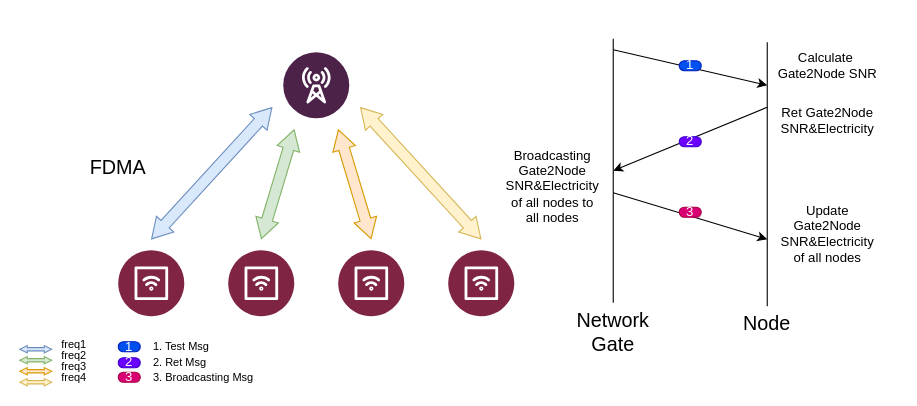
Above: broadcasting.drawio in Atlanties/iodraw-files (draw.io), before the change. Source tidied: cells renumbered, new cells numbered last; positions are measured from the earlier drawing's top-left corner, leaving out a move shared by most shapes. Both pictures are drawn from the tidied source at 110%, with x=0, y=0 at pixel (19, 38).
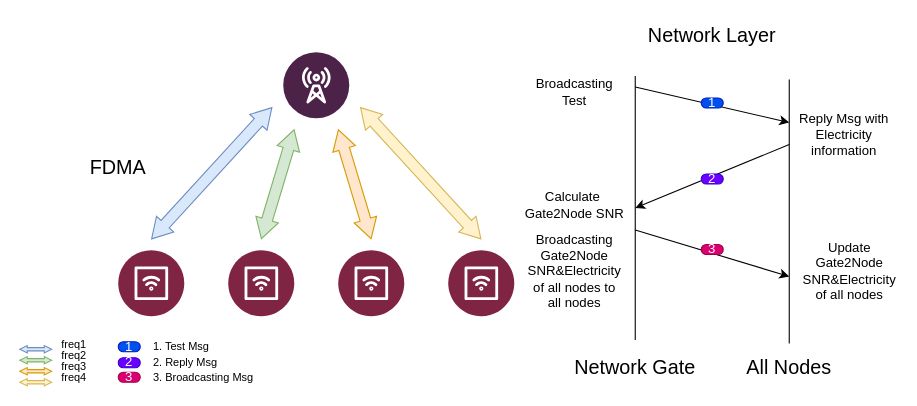
The same page after the edit.

What changed in the source:
```diff
@@
-    <mxCell id="23" value="&lt;span style=&quot;font-size: 10px;&quot;&gt;2. Ret Msg&lt;/span&gt;" style="text;html=1;align=left;verticalAlign=middle;whiteSpace=wrap;rounded=0;" parent="1" vertex="1">
-      <mxGeometry x="120" y="288.8" width="60" height="10" as="geometry" />
+    <mxCell id="23" value="&lt;span style=&quot;font-size: 10px;&quot;&gt;2. Reply Msg&lt;/span&gt;" style="text;html=1;align=left;verticalAlign=middle;whiteSpace=wrap;rounded=0;" parent="1" vertex="1">
+      <mxGeometry x="120" y="288.8" width="70" height="10" as="geometry" />
     </mxCell>
@@
-    <mxCell id="26" value="&lt;span style=&quot;font-size: 18px;&quot;&gt;Network&lt;/span&gt;&lt;div&gt;&lt;span style=&quot;font-size: 18px;&quot;&gt;Gate&lt;/span&gt;&lt;/div&gt;" style="text;html=1;align=center;verticalAlign=middle;whiteSpace=wrap;rounded=0;" parent="1" vertex="1">
-      <mxGeometry x="510" y="252" width="60" height="30" as="geometry" />
+    <mxCell id="26" value="&lt;span style=&quot;font-size: 18px;&quot;&gt;Network&amp;nbsp;&lt;/span&gt;&lt;span style=&quot;font-size: 18px; background-color: transparent; color: light-dark(rgb(0, 0, 0), rgb(255, 255, 255));&quot;&gt;Gate&lt;/span&gt;" style="text;html=1;align=center;verticalAlign=middle;whiteSpace=wrap;rounded=0;" parent="1" vertex="1">
+      <mxGeometry x="500" y="284.3" width="120" height="30" as="geometry" />
     </mxCell>
-    <mxCell id="27" value="&lt;span style=&quot;font-size: 18px;&quot;&gt;Node&lt;/span&gt;" style="text;html=1;align=center;verticalAlign=middle;whiteSpace=wrap;rounded=0;" parent="1" vertex="1">
-      <mxGeometry x="650" y="244.3" width="60" height="30" as="geometry" />
+    <mxCell id="27" value="&lt;div&gt;&lt;span style=&quot;font-size: 18px;&quot;&gt;All&amp;nbsp;&lt;/span&gt;&lt;span style=&quot;font-size: 18px; background-color: transparent; color: light-dark(rgb(0, 0, 0), rgb(255, 255, 255));&quot;&gt;Nodes&lt;/span&gt;&lt;/div&gt;" style="text;html=1;align=center;verticalAlign=middle;whiteSpace=wrap;rounded=0;" parent="1" vertex="1">
+      <mxGeometry x="650" y="284.3" width="100" height="30" as="geometry" />
     </mxCell>
     <mxCell id="28" style="endArrow=classic;html=1;rounded=0;" parent="1" edge="1">
       <mxGeometry relative="1" as="geometry">
-        <mxPoint x="540" y="9.7" as="sourcePoint" />
-        <mxPoint x="680" y="42" as="targetPoint" />
+        <mxPoint x="560" y="43.6" as="sourcePoint" />
+        <mxPoint x="700" y="75.9" as="targetPoint" />
       </mxGeometry>
     </mxCell>
     <mxCell id="29" style="endArrow=classic;html=1;rounded=0;" parent="1" edge="1">
       <mxGeometry relative="1" as="geometry">
-        <mxPoint x="680" y="62" as="sourcePoint" />
-        <mxPoint x="540" y="119.7" as="targetPoint" />
+        <mxPoint x="700" y="95.9" as="sourcePoint" />
+        <mxPoint x="560" y="153.6" as="targetPoint" />
       </mxGeometry>
     </mxCell>
     <mxCell id="30" style="endArrow=none;html=1;rounded=0;" parent="1" edge="1">
       <mxGeometry relative="1" as="geometry">
-        <mxPoint x="540" y="239.7" as="sourcePoint" />
-        <mxPoint x="540" y="-0.3" as="targetPoint" />
+        <mxPoint x="560" y="273.6" as="sourcePoint" />
+        <mxPoint x="560" y="33.6" as="targetPoint" />
       </mxGeometry>
     </mxCell>
     <mxCell id="31" style="endArrow=none;html=1;rounded=0;" parent="1" edge="1">
       <mxGeometry relative="1" as="geometry">
-        <mxPoint x="680" y="242.9" as="sourcePoint" />
-        <mxPoint x="680" y="2.9" as="targetPoint" />
+        <mxPoint x="700" y="276.8" as="sourcePoint" />
+        <mxPoint x="700" y="36.8" as="targetPoint" />
         <Array as="points">
-          <mxPoint x="680" y="125.2" />
+          <mxPoint x="700" y="159.1" />
         </Array>
       </mxGeometry>
     </mxCell>
     <mxCell id="32" value="1" style="html=1;dashed=0;whiteSpace=wrap;shape=mxgraph.dfd.start;fillColor=#0050ef;strokeColor=#001DBC;fontColor=#ffffff;" parent="1" vertex="1">
-      <mxGeometry x="600" y="19.7" width="20" height="9.1" as="geometry" />
+      <mxGeometry x="620" y="53.6" width="20" height="9.1" as="geometry" />
     </mxCell>
     <mxCell id="33" value="2" style="html=1;dashed=0;whiteSpace=wrap;shape=mxgraph.dfd.start;fillColor=#6a00ff;strokeColor=#3700CC;fontColor=#ffffff;" parent="1" vertex="1">
-      <mxGeometry x="600" y="88.8" width="20" height="9.1" as="geometry" />
+      <mxGeometry x="620" y="122.7" width="20" height="9.1" as="geometry" />
     </mxCell>
     <mxCell id="34" style="endArrow=classic;html=1;rounded=0;" parent="1" edge="1">
       <mxGeometry relative="1" as="geometry">
-        <mxPoint x="540" y="139.7" as="sourcePoint" />
-        <mxPoint x="680" y="182" as="targetPoint" />
+        <mxPoint x="560" y="173.6" as="sourcePoint" />
+        <mxPoint x="700" y="215.9" as="targetPoint" />
       </mxGeometry>
     </mxCell>
     <mxCell id="35" value="3" style="html=1;dashed=0;whiteSpace=wrap;shape=mxgraph.dfd.start;fillColor=#d80073;strokeColor=#A50040;fontColor=#ffffff;" parent="1" vertex="1">
-      <mxGeometry x="600" y="152.9" width="20" height="9.1" as="geometry" />
+      <mxGeometry x="620" y="186.8" width="20" height="9.1" as="geometry" />
     </mxCell>
     <mxCell id="36" value="&lt;span&gt;Calculate&amp;nbsp;&lt;/span&gt;&lt;div&gt;&lt;span&gt;Gate2Node&amp;nbsp;&lt;/span&gt;&lt;span style=&quot;background-color: transparent; color: light-dark(rgb(0, 0, 0), rgb(255, 255, 255));&quot;&gt;SNR&lt;/span&gt;&lt;/div&gt;" style="text;html=1;align=center;verticalAlign=middle;whiteSpace=wrap;rounded=0;fontSize=12;" parent="1" vertex="1">
-      <mxGeometry x="690" y="9.3" width="90" height="30" as="geometry" />
+      <mxGeometry x="460" y="135.9" width="90" height="30" as="geometry" />
     </mxCell>
-    <mxCell id="37" value="&lt;span&gt;Ret Gate2Node&lt;/span&gt;&lt;div&gt;&lt;span&gt;SNR&amp;amp;Electricity&lt;/span&gt;&lt;/div&gt;" style="text;html=1;align=center;verticalAlign=middle;whiteSpace=wrap;rounded=0;fontSize=12;" parent="1" vertex="1">
-      <mxGeometry x="690" y="58.8" width="90" height="30" as="geometry" />
+    <mxCell id="37" value="Reply Msg with&lt;div&gt;Electricity information&lt;/div&gt;" style="text;html=1;align=center;verticalAlign=middle;whiteSpace=wrap;rounded=0;fontSize=12;" parent="1" vertex="1">
+      <mxGeometry x="700" y="72" width="100" height="30" as="geometry" />
     </mxCell>
     <mxCell id="38" value="&lt;span&gt;Broadcasting Gate2Node&lt;/span&gt;&lt;div&gt;&lt;span&gt;SNR&amp;amp;Electricity&lt;/span&gt;&lt;/div&gt;&lt;div&gt;of all nodes to all nodes&lt;/div&gt;" style="text;html=1;align=center;verticalAlign=middle;whiteSpace=wrap;rounded=0;fontSize=12;" parent="1" vertex="1">
-      <mxGeometry x="440" y="118.8" width="90" height="30" as="geometry" />
+      <mxGeometry x="460" y="195.9" width="90" height="30" as="geometry" />
     </mxCell>
     <mxCell id="39" value="&lt;span&gt;Update&lt;/span&gt;&lt;div&gt;&lt;span&gt;Gate2Node&lt;/span&gt;&lt;div&gt;&lt;span&gt;SNR&amp;amp;Electricity&lt;/span&gt;&lt;/div&gt;&lt;div&gt;of all nodes&lt;/div&gt;&lt;/div&gt;" style="text;html=1;align=center;verticalAlign=middle;whiteSpace=wrap;rounded=0;fontSize=12;" parent="1" vertex="1">
-      <mxGeometry x="690" y="162" width="90" height="30" as="geometry" />
+      <mxGeometry x="710" y="195.9" width="90" height="30" as="geometry" />
     </mxCell>
+    <mxCell id="40" value="Broadcasting&lt;div&gt;Test&lt;/div&gt;" style="text;html=1;align=center;verticalAlign=middle;whiteSpace=wrap;rounded=0;fontSize=12;" parent="1" vertex="1">
+      <mxGeometry x="460" y="32.7" width="90" height="30" as="geometry" />
+    </mxCell>
+    <mxCell id="41" value="&lt;span style=&quot;font-size: 18px;&quot;&gt;Network Layer&lt;/span&gt;" style="text;html=1;align=center;verticalAlign=middle;whiteSpace=wrap;rounded=0;" parent="1" vertex="1">
+      <mxGeometry x="565" y="-18" width="130" height="30" as="geometry" />
+    </mxCell>
```
